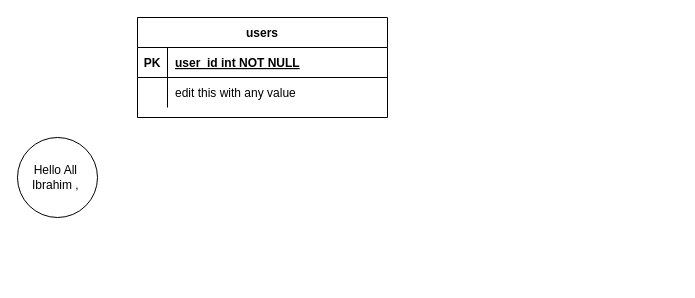
Before: Untitled Diagram.drawio in ibrahimahmed1998/backend_cscamp, a draw.io diagram. Source tidied: cells renumbered, new cells numbered last; positions are measured from the earlier drawing's top-left corner, leaving out a move shared by most shapes. Both pictures are drawn from the tidied source at 100%, with x=0, y=0 at pixel (17, 17).
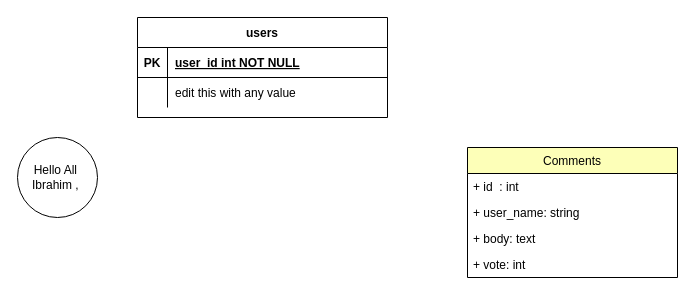
After the change.

Diff of the diagram source:
```diff
@@
 <mxGraphModel>
   <root>
     <mxCell id="0" />
     <mxCell id="1" parent="0" />
     <mxCell id="2" value="users" style="shape=table;startSize=30;childLayout=tableLayout;rowLines=0;fontStyle=1;align=center;" parent="1" vertex="1">
       <mxGeometry x="120" width="250" height="100" as="geometry" />
     </mxCell>
     <mxCell id="3" style="shape=partialRectangle;fillColor=none;top=0;left=0;right=0;bottom=1;" parent="2" vertex="1">
       <mxGeometry y="30" width="250" height="30" as="geometry" />
     </mxCell>
     <mxCell id="4" value="PK" style="shape=partialRectangle;overflow=hidden;fillColor=none;top=0;left=0;bottom=0;right=0;fontStyle=1;" parent="3" vertex="1">
       <mxGeometry width="30" height="30" as="geometry" />
     </mxCell>
     <mxCell id="5" value="user_id int NOT NULL " style="shape=partialRectangle;overflow=hidden;fillColor=none;top=0;left=0;bottom=0;right=0;align=left;spacingLeft=6;fontStyle=5;" parent="3" vertex="1">
       <mxGeometry x="30" width="220" height="30" as="geometry" />
     </mxCell>
     <mxCell id="6" style="shape=partialRectangle;fillColor=none;top=0;left=0;right=0;bottom=0;" parent="2" vertex="1">
       <mxGeometry y="60" width="250" height="30" as="geometry" />
     </mxCell>
     <mxCell id="7" style="shape=partialRectangle;overflow=hidden;fillColor=none;top=0;left=0;bottom=0;right=0;" parent="6" vertex="1">
       <mxGeometry width="30" height="30" as="geometry" />
     </mxCell>
     <mxCell id="8" value="edit this with any value" style="shape=partialRectangle;overflow=hidden;fillColor=none;top=0;left=0;bottom=0;right=0;align=left;spacingLeft=6;" parent="6" vertex="1">
       <mxGeometry x="30" width="220" height="30" as="geometry" />
     </mxCell>
     <mxCell id="9" value="Hello All&amp;nbsp;&lt;br&gt;Ibrahim ,&amp;nbsp;" style="ellipse;whiteSpace=wrap;html=1;" parent="1" vertex="1">
       <mxGeometry y="120" width="80" height="80" as="geometry" />
     </mxCell>
+    <mxCell id="10" value="Comments" style="swimlane;fontStyle=0;horizontal=1;startSize=26;fillColor=#FDFFB8;" parent="1" vertex="1">
+      <mxGeometry x="450" y="130" width="210" height="130" as="geometry" />
+    </mxCell>
+    <mxCell id="11" value="+ id  : int" style="text;strokeColor=none;fillColor=none;align=left;verticalAlign=top;spacingLeft=4;spacingRight=4;overflow=hidden;" parent="10" vertex="1">
+      <mxGeometry y="26" width="210" height="26" as="geometry" />
+    </mxCell>
+    <mxCell id="12" value="+ user_name: string" style="text;strokeColor=none;fillColor=none;align=left;verticalAlign=top;spacingLeft=4;spacingRight=4;overflow=hidden;" parent="10" vertex="1">
+      <mxGeometry y="52" width="210" height="26" as="geometry" />
+    </mxCell>
+    <mxCell id="13" value="+ body: text&#10;" style="text;strokeColor=none;fillColor=none;align=left;verticalAlign=top;spacingLeft=4;spacingRight=4;overflow=hidden;" parent="10" vertex="1">
+      <mxGeometry y="78" width="210" height="26" as="geometry" />
+    </mxCell>
+    <mxCell id="14" value="+ vote: int&#10;" style="text;strokeColor=none;fillColor=none;align=left;verticalAlign=top;spacingLeft=4;spacingRight=4;overflow=hidden;" parent="10" vertex="1">
+      <mxGeometry y="104" width="210" height="26" as="geometry" />
+    </mxCell>
   </root>
 </mxGraphModel>
```
